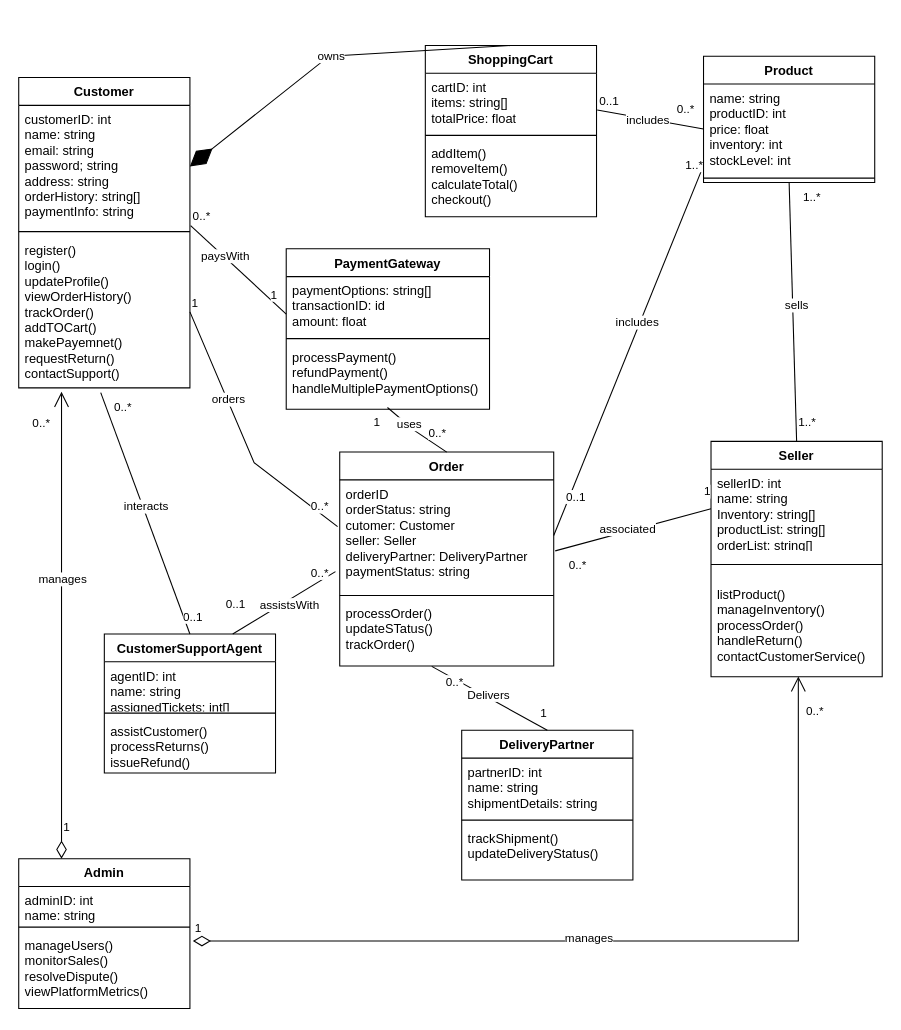
Earlier version of the draw.io diagram ClassDiagramICA.drawio (SENG-350-2024-fall/Team5). Source tidied: cells renumbered, new cells numbered last; positions are measured from the earlier drawing's top-left corner, leaving out a move shared by most shapes. Both pictures are drawn from the tidied source at 107%, with x=0, y=0 at pixel (18, 45).
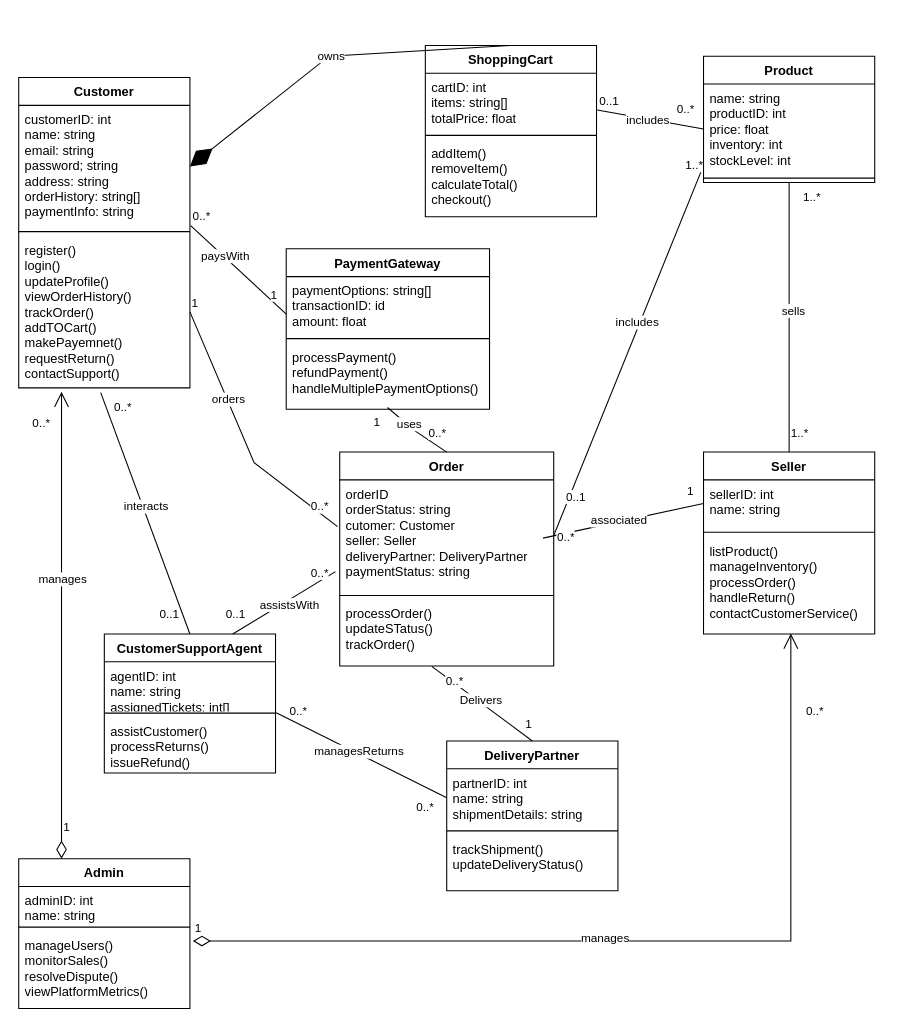
Above is the later version.

Unchanged cells that the change refers to:
```xml
<mxCell id="15" value="partnerID: int&lt;div&gt;&lt;span style=&quot;text-wrap: nowrap;&quot;&gt;name: string&lt;/span&gt;&lt;br&gt;&lt;div&gt;shipmentDetails: string&lt;/div&gt;&lt;/div&gt;" style="text;strokeColor=none;fillColor=none;align=left;verticalAlign=top;spacingLeft=4;spacingRight=4;overflow=hidden;points=[[0,0.5],[1,0.5]];portConstraint=eastwest;whiteSpace=wrap;html=1;" parent="14" vertex="1">
  <mxGeometry y="26" width="160" height="54" as="geometry" />
</mxCell>
<mxCell id="19" value="agentID: int&lt;div&gt;&lt;span style=&quot;text-wrap: nowrap;&quot;&gt;name: string&lt;/span&gt;&lt;br&gt;&lt;div&gt;assignedTickets: int[]&lt;/div&gt;&lt;/div&gt;" style="text;strokeColor=none;fillColor=none;align=left;verticalAlign=top;spacingLeft=4;spacingRight=4;overflow=hidden;points=[[0,0.5],[1,0.5]];portConstraint=eastwest;whiteSpace=wrap;html=1;" parent="18" vertex="1">
  <mxGeometry y="26" width="160" height="44" as="geometry" />
</mxCell>
<mxCell id="31" value="orderID&lt;div&gt;orderStatus: string&lt;/div&gt;&lt;div&gt;cutomer: Customer&lt;/div&gt;&lt;div&gt;seller: Seller&lt;/div&gt;&lt;div&gt;deliveryPartner: DeliveryPartner&lt;/div&gt;&lt;div&gt;paymentStatus: string&lt;/div&gt;" style="text;strokeColor=none;fillColor=none;align=left;verticalAlign=top;spacingLeft=4;spacingRight=4;overflow=hidden;points=[[0,0.5],[1,0.5]];portConstraint=eastwest;whiteSpace=wrap;html=1;" parent="30" vertex="1">
  <mxGeometry y="26" width="200" height="104" as="geometry" />
</mxCell>
<mxCell id="62" style="endArrow=none;html=1;rounded=0;endFill=0;exitX=0.5;exitY=0;exitDx=0;exitDy=0;entryX=0.479;entryY=1.031;entryDx=0;entryDy=0;entryPerimeter=0;" parent="1" edge="1" source="18" target="5">
  <mxGeometry relative="1" as="geometry" />
</mxCell>
<mxCell id="66" style="endArrow=none;html=1;rounded=0;endFill=0;exitX=0.75;exitY=0;exitDx=0;exitDy=0;entryX=-0.02;entryY=0.824;entryDx=0;entryDy=0;entryPerimeter=0;" parent="1" edge="1" source="18" target="31">
  <mxGeometry relative="1" as="geometry" />
</mxCell>
```

Change to the diagram source:
```diff
@@
     <mxCell id="6" value="Seller" style="swimlane;fontStyle=1;align=center;verticalAlign=top;horizontal=1;startSize=26;whiteSpace=wrap;html=1;" parent="1" vertex="1">
-      <mxGeometry x="647" y="370" width="160" height="220" as="geometry" />
+      <mxGeometry x="640" y="380" width="160" height="170" as="geometry" />
     </mxCell>
-    <mxCell id="7" value="sellerID: int&lt;div&gt;&lt;span style=&quot;text-wrap: nowrap;&quot;&gt;name: string&lt;/span&gt;&lt;br&gt;&lt;/div&gt;&lt;div&gt;Inventory: string[]&lt;/div&gt;&lt;div&gt;productList: string[]&lt;/div&gt;&lt;div&gt;orderList: string[]&lt;/div&gt;" style="text;strokeColor=none;fillColor=none;align=left;verticalAlign=top;spacingLeft=4;spacingRight=4;overflow=hidden;points=[[0,0.5],[1,0.5]];portConstraint=eastwest;whiteSpace=wrap;html=1;" parent="6" vertex="1">
-      <mxGeometry y="26" width="160" height="74" as="geometry" />
+    <mxCell id="7" value="sellerID: int&lt;div&gt;&lt;span style=&quot;text-wrap: nowrap;&quot;&gt;name: string&lt;/span&gt;&lt;/div&gt;" style="text;strokeColor=none;fillColor=none;align=left;verticalAlign=top;spacingLeft=4;spacingRight=4;overflow=hidden;points=[[0,0.5],[1,0.5]];portConstraint=eastwest;whiteSpace=wrap;html=1;" parent="6" vertex="1">
+      <mxGeometry y="26" width="160" height="44" as="geometry" />
     </mxCell>
     <mxCell id="8" style="line;strokeWidth=1;fillColor=none;align=left;verticalAlign=middle;spacingTop=-1;spacingLeft=3;spacingRight=3;labelPosition=right;strokeColor=inherit;" parent="6" vertex="1">
-      <mxGeometry y="100" width="160" height="30" as="geometry" />
+      <mxGeometry y="70" width="160" height="10" as="geometry" />
     </mxCell>
     <mxCell id="9" value="listProduct()&lt;div&gt;manageInventory()&lt;/div&gt;&lt;div&gt;processOrder()&lt;/div&gt;&lt;div&gt;handleReturn()&lt;/div&gt;&lt;div&gt;contactCustomerService()&lt;/div&gt;" style="text;strokeColor=none;fillColor=none;align=left;verticalAlign=top;spacingLeft=4;spacingRight=4;overflow=hidden;points=[[0,0.5],[1,0.5]];portConstraint=eastwest;whiteSpace=wrap;html=1;" parent="6" vertex="1">
-      <mxGeometry y="130" width="160" height="90" as="geometry" />
+      <mxGeometry y="80" width="160" height="90" as="geometry" />
     </mxCell>
@@
     <mxCell id="14" value="DeliveryPartner" style="swimlane;fontStyle=1;align=center;verticalAlign=top;horizontal=1;startSize=26;whiteSpace=wrap;html=1;" parent="1" vertex="1">
-      <mxGeometry x="414" y="640" width="160" height="140" as="geometry" />
+      <mxGeometry x="400" y="650" width="160" height="140" as="geometry" />
     </mxCell>
@@
-    <mxCell id="54" style="endArrow=none;html=1;rounded=0;endFill=0;exitX=0;exitY=0.5;exitDx=0;exitDy=0;entryX=1.007;entryY=0.638;entryDx=0;entryDy=0;entryPerimeter=0;" parent="1" edge="1" source="7" target="31">
-      <mxGeometry relative="1" as="geometry" />
+    <mxCell id="54" style="endArrow=none;html=1;rounded=0;endFill=0;exitX=0;exitY=0.5;exitDx=0;exitDy=0;entryX=1.007;entryY=0.638;entryDx=0;entryDy=0;entryPerimeter=0;" parent="1" edge="1" source="7">
+      <mxGeometry relative="1" as="geometry">
+        <mxPoint x="490" y="460.4" as="targetPoint" />
+      </mxGeometry>
     </mxCell>
     <mxCell id="55" value="1" style="edgeLabel;html=1;align=left;verticalAlign=bottom;" parent="54" vertex="1">
       <mxGeometry x="-1" relative="1" as="geometry">
-        <mxPoint x="-8" y="-8" as="offset" />
+        <mxPoint x="-17" y="-3" as="offset" />
       </mxGeometry>
     </mxCell>
     <mxCell id="56" value="0..*" style="edgeLabel;html=1;align=right;verticalAlign=bottom;" parent="54" vertex="1">
       <mxGeometry x="1" relative="1" as="geometry">
-        <mxPoint x="30" y="22" as="offset" />
+        <mxPoint x="30" y="8" as="offset" />
       </mxGeometry>
     </mxCell>
@@
     <mxCell id="63" value="0..1" style="edgeLabel;html=1;align=left;verticalAlign=bottom;" parent="62" vertex="1">
       <mxGeometry x="-1" relative="1" as="geometry">
-        <mxPoint x="-8" y="-8" as="offset" />
+        <mxPoint x="-30" y="-10" as="offset" />
       </mxGeometry>
     </mxCell>
@@
     <mxCell id="67" value="0..1" style="edgeLabel;html=1;align=left;verticalAlign=bottom;" parent="66" vertex="1">
       <mxGeometry x="-1" relative="1" as="geometry">
-        <mxPoint x="-8" y="-20" as="offset" />
+        <mxPoint x="-8" y="-10" as="offset" />
       </mxGeometry>
     </mxCell>
@@
+    <mxCell id="84" style="endArrow=none;html=1;rounded=0;endFill=0;exitX=0;exitY=0.5;exitDx=0;exitDy=0;entryX=1.004;entryY=1.083;entryDx=0;entryDy=0;entryPerimeter=0;" parent="1" edge="1" source="15" target="19">
+      <mxGeometry relative="1" as="geometry" />
+    </mxCell>
+    <mxCell id="85" value="0..*" style="edgeLabel;html=1;align=left;verticalAlign=bottom;" parent="84" vertex="1">
+      <mxGeometry x="-1" relative="1" as="geometry">
+        <mxPoint x="-30" y="17" as="offset" />
+      </mxGeometry>
+    </mxCell>
+    <mxCell id="86" value="0..*" style="edgeLabel;html=1;align=right;verticalAlign=bottom;" parent="84" vertex="1">
+      <mxGeometry x="1" relative="1" as="geometry">
+        <mxPoint x="29" y="6" as="offset" />
+      </mxGeometry>
+    </mxCell>
+    <mxCell id="87" value="managesReturns" style="edgeLabel;html=1;align=center;verticalAlign=middle;" parent="84" vertex="1">
+      <mxGeometry x="0.06" y="-3" relative="1" as="geometry">
+        <mxPoint y="1" as="offset" />
+      </mxGeometry>
+    </mxCell>
```
